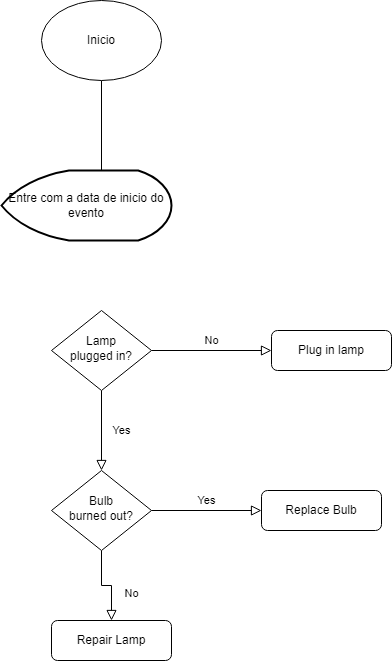
EvertonMDS/Fluxograma keeps this draw.io diagram as Untitled Diagram.drawio.png. Above is the earlier version. Source tidied: cells renumbered, new cells last; positions are measured from the earlier drawing's top-left corner, leaving out a move shared by most shapes.
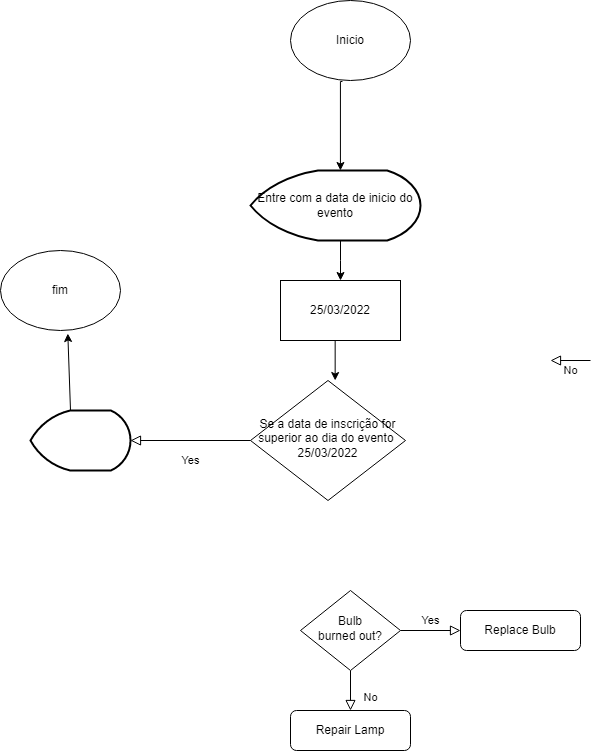
The same file after the commit.

The edit, as a diff of the source:
```diff
@@ -2,18 +2,9 @@
   <root>
     <mxCell id="0" />
     <mxCell id="1" parent="0" />
-    <mxCell id="2" value="Yes" style="rounded=0;html=1;jettySize=auto;fontSize=11;endArrow=block;endFill=0;endSize=8;strokeWidth=1;shadow=0;labelBackgroundColor=none;edgeStyle=orthogonalEdgeStyle;" parent="1" edge="1" source="4" target="8">
-      <mxGeometry y="20" relative="1" as="geometry" />
-    </mxCell>
-    <mxCell id="3" value="No" style="edgeStyle=orthogonalEdgeStyle;rounded=0;html=1;jettySize=auto;fontSize=11;endArrow=block;endFill=0;endSize=8;strokeWidth=1;shadow=0;labelBackgroundColor=none;" parent="1" edge="1" source="4" target="5">
-      <mxGeometry y="10" relative="1" as="geometry" />
-    </mxCell>
-    <mxCell id="4" value="Lamp&lt;br&gt;plugged in?" style="rhombus;whiteSpace=wrap;html=1;shadow=0;fontFamily=Helvetica;fontSize=12;align=center;strokeWidth=1;spacing=6;spacingTop=-4;" parent="1" vertex="1">
-      <mxGeometry x="50" y="310" width="100" height="80" as="geometry" />
+    <mxCell id="4" value="Se a data de inscrição for superior ao dia do evento&amp;nbsp; 25/03/2022" style="rhombus;whiteSpace=wrap;html=1;shadow=0;fontFamily=Helvetica;fontSize=12;align=center;strokeWidth=1;spacing=6;spacingTop=-4;" parent="1" vertex="1">
+      <mxGeometry y="380" width="155" height="120" as="geometry" />
     </mxCell>
-    <mxCell id="5" value="Plug in lamp" style="rounded=1;whiteSpace=wrap;html=1;fontSize=12;glass=0;strokeWidth=1;shadow=0;" parent="1" vertex="1">
-      <mxGeometry x="270" y="330" width="120" height="40" as="geometry" />
-    </mxCell>
     <mxCell id="6" value="No" style="rounded=0;html=1;jettySize=auto;fontSize=11;endArrow=block;endFill=0;endSize=8;strokeWidth=1;shadow=0;labelBackgroundColor=none;edgeStyle=orthogonalEdgeStyle;" parent="1" edge="1" source="8" target="9">
       <mxGeometry x="0.33" y="20" relative="1" as="geometry" />
     </mxCell>
@@ -21,24 +12,69 @@
       <mxGeometry y="10" relative="1" as="geometry" />
     </mxCell>
     <mxCell id="8" value="Bulb&lt;br&gt;burned out?" style="rhombus;whiteSpace=wrap;html=1;shadow=0;fontFamily=Helvetica;fontSize=12;align=center;strokeWidth=1;spacing=6;spacingTop=-4;" parent="1" vertex="1">
-      <mxGeometry x="50" y="470" width="100" height="80" as="geometry" />
+      <mxGeometry x="50" y="590" width="100" height="80" as="geometry" />
     </mxCell>
     <mxCell id="9" value="Repair Lamp" style="rounded=1;whiteSpace=wrap;html=1;fontSize=12;glass=0;strokeWidth=1;shadow=0;" parent="1" vertex="1">
-      <mxGeometry x="50" y="620" width="120" height="40" as="geometry" />
+      <mxGeometry x="40" y="710" width="120" height="40" as="geometry" />
     </mxCell>
     <mxCell id="10" value="Replace Bulb" style="rounded=1;whiteSpace=wrap;html=1;fontSize=12;glass=0;strokeWidth=1;shadow=0;" parent="1" vertex="1">
-      <mxGeometry x="260" y="490" width="120" height="40" as="geometry" />
+      <mxGeometry x="210" y="610" width="120" height="40" as="geometry" />
     </mxCell>
-    <mxCell id="11" style="edgeStyle=orthogonalEdgeStyle;rounded=0;jettySize=auto;html=1;" parent="1" edge="1" source="12">
-      <mxGeometry relative="1" as="geometry">
-        <mxPoint x="100" y="180" as="targetPoint" />
-      </mxGeometry>
-    </mxCell>
     <mxCell id="12" value="Inicio" style="ellipse;whiteSpace=wrap;html=1;" parent="1" vertex="1">
       <mxGeometry x="40" width="120" height="80" as="geometry" />
     </mxCell>
+    <mxCell id="14" style="edgeStyle=orthogonalEdgeStyle;rounded=0;jettySize=auto;html=1;" parent="1" edge="1" source="13" target="15">
+      <mxGeometry relative="1" as="geometry">
+        <Array as="points">
+          <mxPoint x="90" y="260" />
+          <mxPoint x="90" y="260" />
+        </Array>
+      </mxGeometry>
+    </mxCell>
     <mxCell id="13" value="Entre com a data de inicio do evento" style="strokeWidth=2;html=1;shape=mxgraph.flowchart.display;whiteSpace=wrap;" parent="1" vertex="1">
       <mxGeometry y="170" width="170" height="70" as="geometry" />
     </mxCell>
+    <mxCell id="15" value="25/03/2022" style="rounded=0;whiteSpace=wrap;html=1;" parent="1" vertex="1">
+      <mxGeometry x="30" y="280" width="120" height="60" as="geometry" />
+    </mxCell>
+    <mxCell id="16" style="edgeStyle=orthogonalEdgeStyle;rounded=0;jettySize=auto;html=1;exitX=0.433;exitY=1.013;exitDx=0;exitDy=0;exitPerimeter=0;entryX=0.529;entryY=0;entryDx=0;entryDy=0;entryPerimeter=0;" parent="1" edge="1" source="12" target="13">
+      <mxGeometry relative="1" as="geometry">
+        <Array as="points">
+          <mxPoint x="90" y="81" />
+        </Array>
+      </mxGeometry>
+    </mxCell>
+    <mxCell id="17" style="edgeStyle=orthogonalEdgeStyle;rounded=0;orthogonalLoop=1;jettySize=auto;html=1;" parent="1" edge="1">
+      <mxGeometry relative="1" as="geometry">
+        <mxPoint x="84.7" y="340" as="sourcePoint" />
+        <mxPoint x="84.7" y="380" as="targetPoint" />
+        <Array as="points">
+          <mxPoint x="84.7" y="340" />
+          <mxPoint x="84.7" y="340" />
+        </Array>
+      </mxGeometry>
+    </mxCell>
+    <mxCell id="3" value="No" style="edgeStyle=orthogonalEdgeStyle;rounded=0;html=1;jettySize=auto;orthogonalLoop=1;fontSize=11;endArrow=block;endFill=0;endSize=8;strokeWidth=1;shadow=0;labelBackgroundColor=none;" parent="1" edge="1">
+      <mxGeometry y="10" relative="1" as="geometry">
+        <mxPoint x="340" y="360" as="sourcePoint" />
+        <mxPoint x="300" y="360" as="targetPoint" />
+      </mxGeometry>
+    </mxCell>
+    <mxCell id="2" value="Yes" style="rounded=0;html=1;jettySize=auto;fontSize=11;endArrow=block;endFill=0;endSize=8;strokeWidth=1;shadow=0;labelBackgroundColor=none;edgeStyle=orthogonalEdgeStyle;" parent="1" edge="1" source="4">
+      <mxGeometry y="20" relative="1" as="geometry">
+        <mxPoint x="-120" y="440" as="targetPoint" />
+      </mxGeometry>
+    </mxCell>
+    <mxCell id="18" value="fim" style="ellipse;whiteSpace=wrap;html=1;" parent="1" vertex="1">
+      <mxGeometry x="-250" y="250" width="120" height="80" as="geometry" />
+    </mxCell>
+    <mxCell id="19" style="strokeWidth=2;html=1;shape=mxgraph.flowchart.display;whiteSpace=wrap;" parent="1" vertex="1">
+      <mxGeometry x="-220" y="410" width="100" height="60" as="geometry" />
+    </mxCell>
+    <mxCell id="20" style="endArrow=classic;html=1;rounded=0;entryX=0.561;entryY=1.038;entryDx=0;entryDy=0;entryPerimeter=0;" parent="1" edge="1" target="18">
+      <mxGeometry relative="1" as="geometry">
+        <mxPoint x="-180" y="410" as="sourcePoint" />
+      </mxGeometry>
+    </mxCell>
   </root>
 </mxGraphModel>
```
